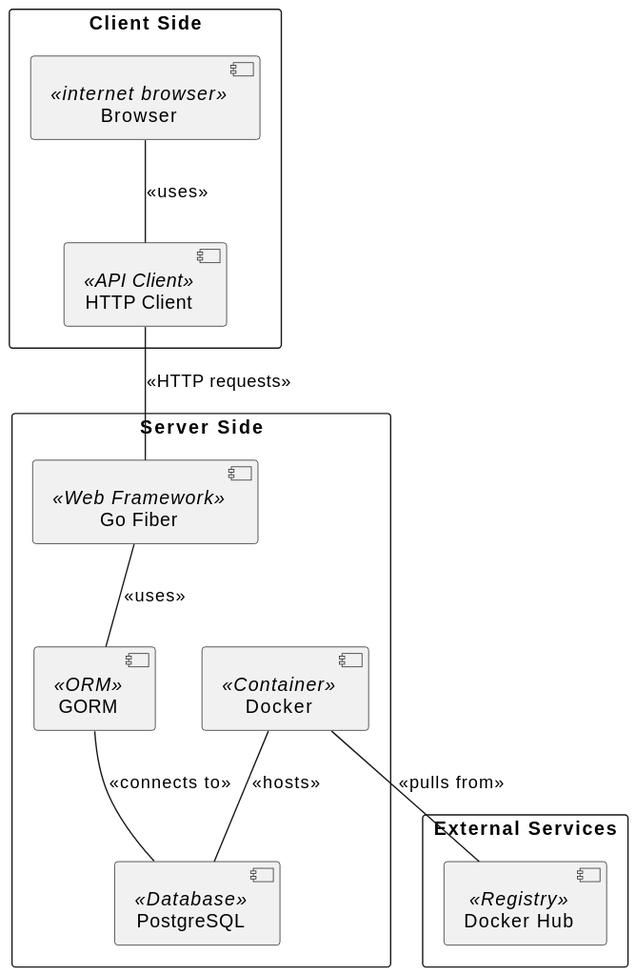
SunnyKentz/labo-4-log430 keeps this PlantUML diagram as docs/uml/exports/component.svg. Above is the earlier version.
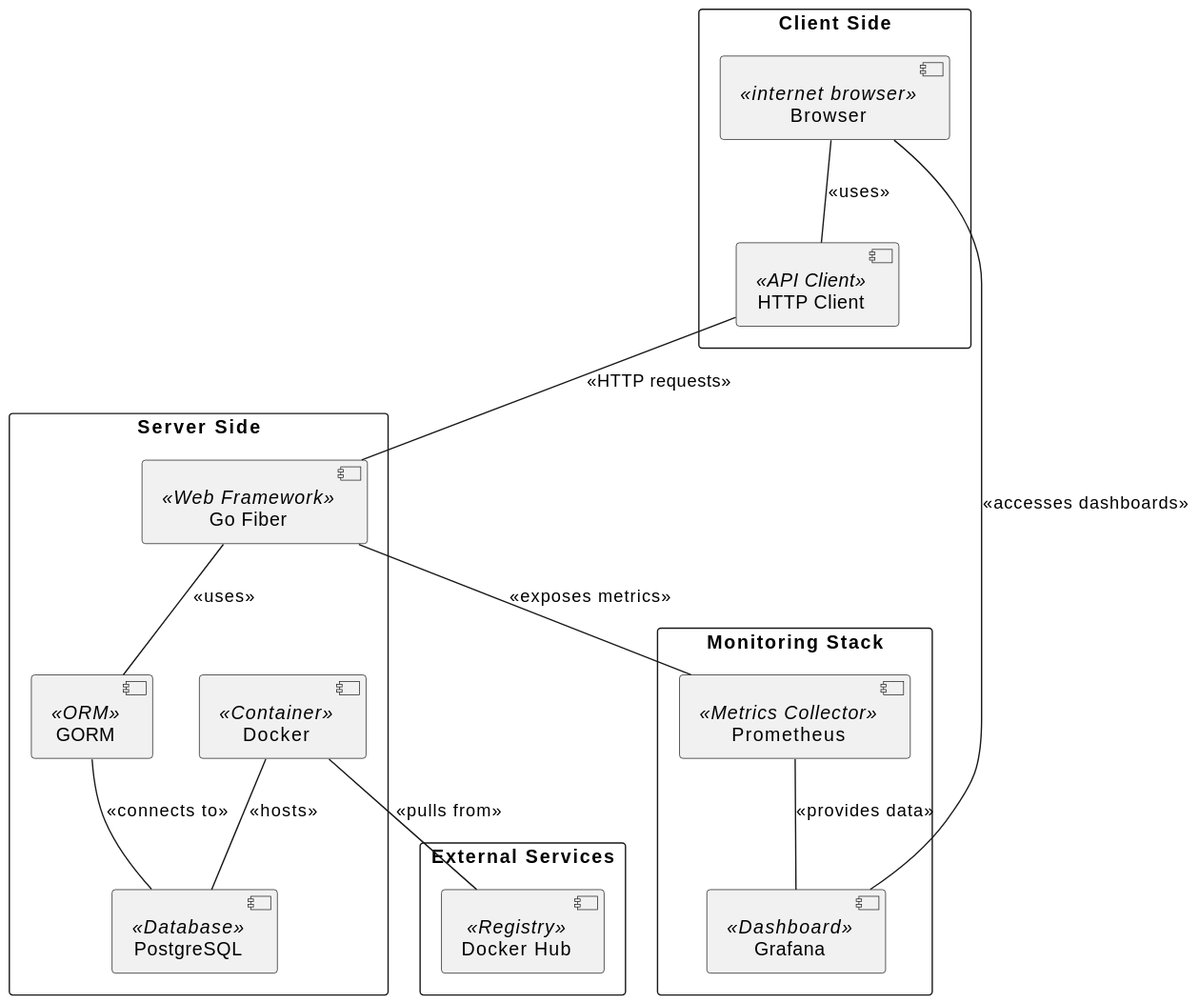
The same file after the commit.

The edit, as a diff of the source:
```diff
@@ -17,6 +17,11 @@
     component "Docker Hub" <<Registry>> as hub
 }
 
+rectangle "Monitoring Stack" {
+    component "Prometheus" <<Metrics Collector>> as prometheus
+    component "Grafana" <<Dashboard>> as grafana
+}
+
 [docker] -- [pg] : <<hosts>>
 [fiber] -- [orm] : <<uses>>
 [orm] -- [pg] : <<connects to>>
@@ -25,4 +30,8 @@
 [http] -- [fiber] : <<HTTP requests>>
 
 [docker] -- [hub] : <<pulls from>>
+
+[fiber] -- [prometheus] : <<exposes metrics>>
+[prometheus] -- [grafana] : <<provides data>>
+[bs] -- [grafana] : <<accesses dashboards>>
 @enduml
```
